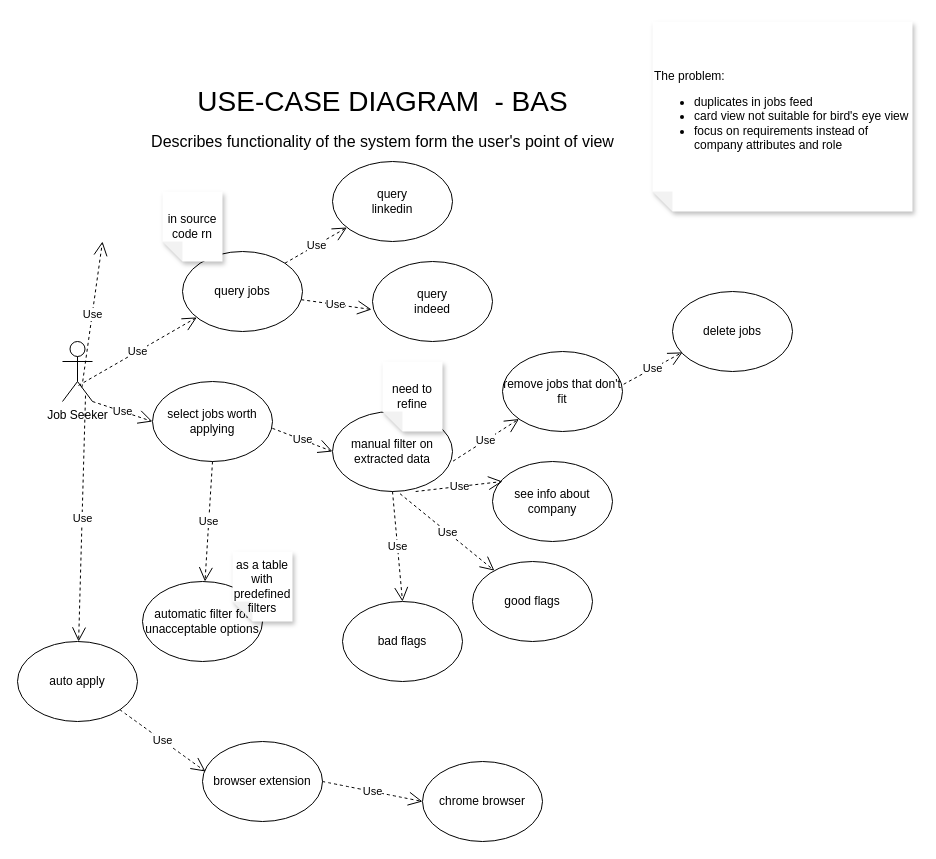
The draw.io diagram page "USE-CASE" (2 of 3) of diagrams/Diagram.drawio in vadzimk/bas, before the edit. Source tidied: cells renumbered, new cells numbered last; positions are measured from the earlier drawing's top-left corner, leaving out a move shared by most shapes. Both pictures are drawn from the tidied source at 100%, with x=0, y=0 at pixel (17, 21).
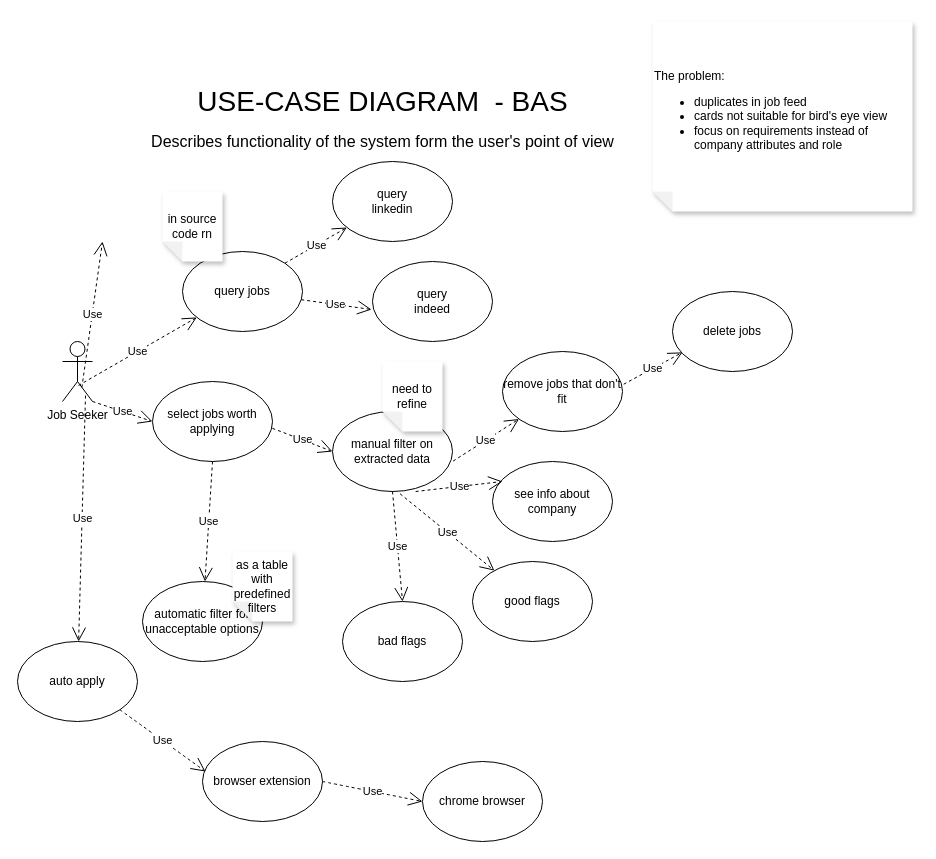
The same diagram, later.

Change to the diagram source:
```diff
@@
-    <mxCell id="33" value="&lt;span&gt;The problem:&lt;/span&gt;&lt;br&gt;&lt;blockquote style=&quot;margin: 0 0 0 40px ; border: none ; padding: 0px&quot;&gt;&lt;/blockquote&gt;&lt;ul&gt;&lt;li&gt;duplicates in jobs feed&lt;/li&gt;&lt;li&gt;card view not suitable for bird's eye view&lt;/li&gt;&lt;li&gt;focus on requirements instead of company attributes and role&lt;/li&gt;&lt;/ul&gt;&lt;blockquote style=&quot;margin: 0 0 0 40px ; border: none ; padding: 0px&quot;&gt;&lt;/blockquote&gt;" style="shape=note;whiteSpace=wrap;html=1;backgroundOutline=1;fontColor=#000000;darkOpacity=0.05;fillColor=default;strokeColor=none;fillStyle=solid;direction=west;gradientDirection=north;gradientColor=#ffffff;shadow=1;size=20;hachureGap=4;align=left;" parent="1" vertex="1">
+    <mxCell id="33" value="&lt;span&gt;The problem:&lt;/span&gt;&lt;br&gt;&lt;blockquote style=&quot;margin: 0 0 0 40px ; border: none ; padding: 0px&quot;&gt;&lt;/blockquote&gt;&lt;ul&gt;&lt;li&gt;duplicates in job feed&lt;/li&gt;&lt;li&gt;cards not suitable for bird's eye view&lt;/li&gt;&lt;li&gt;focus on requirements instead of company attributes and role&lt;/li&gt;&lt;/ul&gt;&lt;blockquote style=&quot;margin: 0 0 0 40px ; border: none ; padding: 0px&quot;&gt;&lt;/blockquote&gt;" style="shape=note;whiteSpace=wrap;html=1;backgroundOutline=1;fontColor=#000000;darkOpacity=0.05;fillColor=default;strokeColor=none;fillStyle=solid;direction=west;gradientDirection=north;gradientColor=#ffffff;shadow=1;size=20;hachureGap=4;align=left;" parent="1" vertex="1">
       <mxGeometry x="635" width="260" height="190" as="geometry" />
     </mxCell>
```
